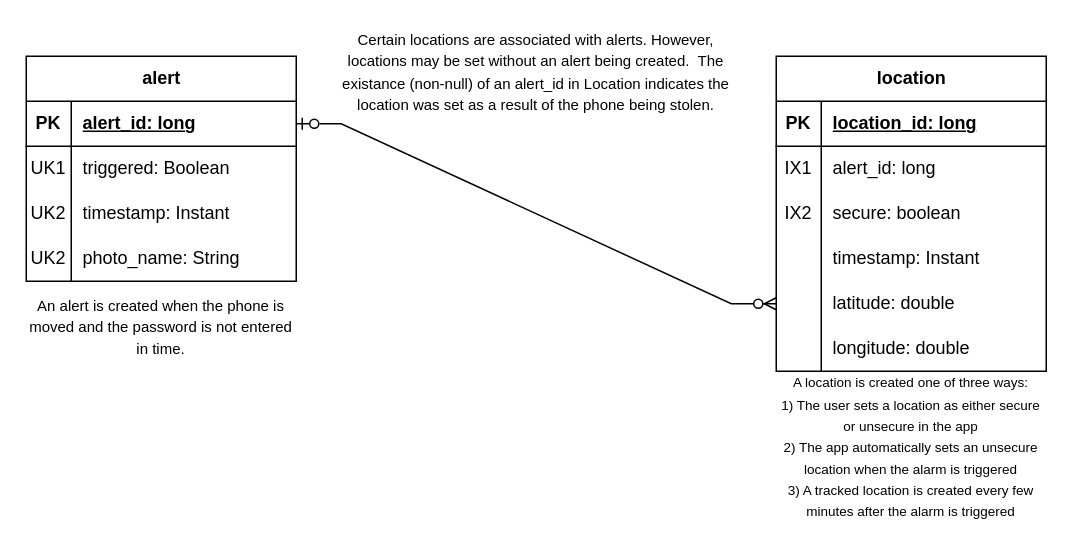
This is work/erd.drawio from ddc-java-17/leave-me-alone-reedsearle, a draw.io file, before an edit. Source tidied: cells renumbered, new cells numbered last; positions are measured from the earlier drawing's top-left corner, leaving out a move shared by most shapes. Both pictures are drawn from the tidied source at 150%, with x=0, y=0 at pixel (26, 26).
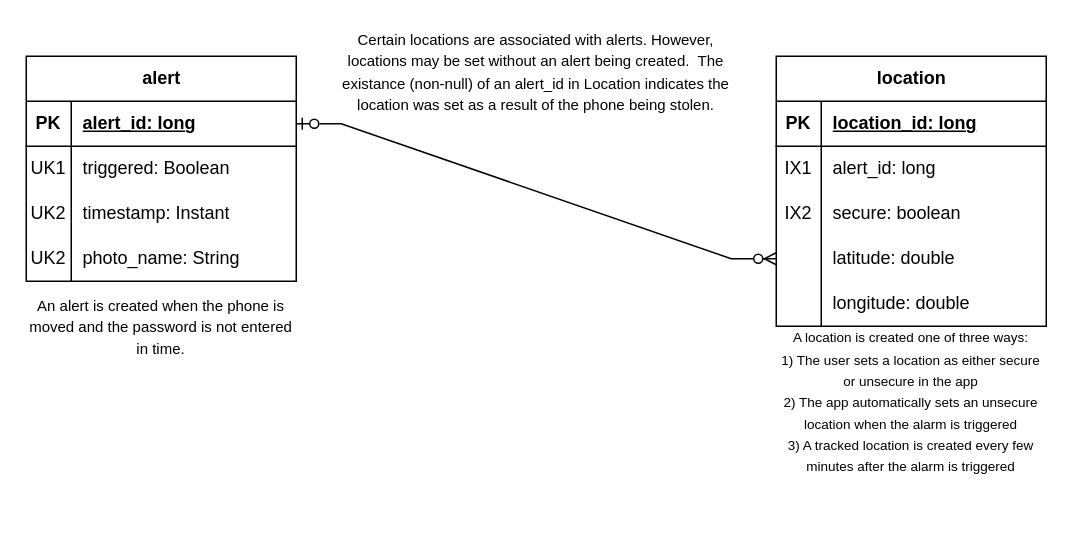
The same diagram, later.

Commit message (it also covers changes not shown here):
Cleaned up erd and uml

Change to the diagram source:
```diff
@@
     <mxCell id="15" value="location" style="shape=table;startSize=30;childLayout=tableLayout;rowLines=0;fontStyle=1;align=center;html=1;" parent="1" vertex="1">
-      <mxGeometry x="500" y="20" width="180" height="210" as="geometry" />
+      <mxGeometry x="500" y="20" width="180" height="180" as="geometry" />
     </mxCell>
@@
-    <mxCell id="25" style="shape=tableRow;horizontal=0;startSize=0;swimlaneHead=0;swimlaneBody=0;fillColor=none;top=0;left=0;right=0;bottom=0;" parent="15" vertex="1">
-      <mxGeometry y="120" width="180" height="30" as="geometry" />
-    </mxCell>
-    <mxCell id="26" style="shape=partialRectangle;fillColor=none;top=0;left=0;bottom=0;right=0;overflow=hidden;whiteSpace=wrap;html=1;" parent="25" vertex="1">
-      <mxGeometry width="30" height="30" as="geometry" />
-    </mxCell>
-    <mxCell id="27" value="timestamp: Instant" style="shape=partialRectangle;fillColor=none;top=0;left=0;bottom=0;right=0;align=left;spacingLeft=6;overflow=hidden;whiteSpace=wrap;html=1;" parent="25" vertex="1">
-      <mxGeometry x="30" width="150" height="30" as="geometry" />
-    </mxCell>
     <mxCell id="28" style="shape=tableRow;horizontal=0;startSize=0;swimlaneHead=0;swimlaneBody=0;fillColor=none;points=[[0,0.5],[1,0.5]];portConstraint=eastwest;top=0;left=0;right=0;bottom=0;" parent="15" vertex="1">
-      <mxGeometry y="150" width="180" height="30" as="geometry" />
+      <mxGeometry y="120" width="180" height="30" as="geometry" />
     </mxCell>
@@
     <mxCell id="31" style="shape=tableRow;horizontal=0;startSize=0;swimlaneHead=0;swimlaneBody=0;fillColor=none;top=0;left=0;right=0;bottom=0;" parent="15" vertex="1">
-      <mxGeometry y="180" width="180" height="30" as="geometry" />
+      <mxGeometry y="150" width="180" height="30" as="geometry" />
     </mxCell>
@@
     <mxCell id="35" value="&lt;font style=&quot;font-size: 9px;&quot;&gt;A location is created one of three ways:&lt;br&gt;1) The user sets a location as either secure or unsecure in the app&lt;br&gt;2) The app automatically sets an unsecure location when the alarm is triggered&lt;br&gt;3) A tracked location is created every few minutes after the alarm is triggered&lt;/font&gt;" style="whiteSpace=wrap;html=1;fillColor=none;strokeColor=none;" parent="1" vertex="1">
-      <mxGeometry x="500" y="230" width="180" height="100" as="geometry" />
+      <mxGeometry x="500" y="200" width="180" height="100" as="geometry" />
     </mxCell>
```
